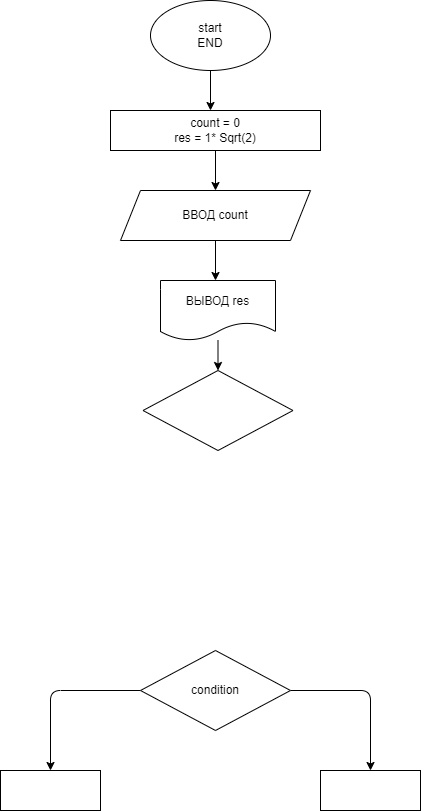
The draw.io diagram ex000.drawio.png in LeisanR/practice-16.07, before a commit. Source tidied: cells renumbered, new cells last; positions are measured from the earlier drawing's top-left corner, leaving out a move shared by most shapes. Source of this version:
```xml
<mxGraphModel>
  <root>
    <mxCell id="0" />
    <mxCell id="1" parent="0" />
    <mxCell id="2" style="edgeStyle=none;html=1;exitX=0.5;exitY=1;exitDx=0;exitDy=0;" parent="1" edge="1" source="3">
      <mxGeometry relative="1" as="geometry">
        <mxPoint x="210" y="110" as="targetPoint" />
      </mxGeometry>
    </mxCell>
    <mxCell id="3" value="start&lt;br&gt;END" style="ellipse;whiteSpace=wrap;html=1;" parent="1" vertex="1">
      <mxGeometry x="150" width="120" height="70" as="geometry" />
    </mxCell>
    <mxCell id="4" style="edgeStyle=none;html=1;" parent="1" edge="1" source="5">
      <mxGeometry relative="1" as="geometry">
        <mxPoint x="215" y="190" as="targetPoint" />
      </mxGeometry>
    </mxCell>
    <mxCell id="5" value="count = 0&lt;br&gt;res = 1* Sqrt(2)" style="whiteSpace=wrap;html=1;" parent="1" vertex="1">
      <mxGeometry x="110" y="110" width="210" height="40" as="geometry" />
    </mxCell>
    <mxCell id="6" style="edgeStyle=none;html=1;" parent="1" edge="1" source="7">
      <mxGeometry relative="1" as="geometry">
        <mxPoint x="215" y="280" as="targetPoint" />
      </mxGeometry>
    </mxCell>
    <mxCell id="7" value="ВВОД count" style="shape=parallelogram;perimeter=parallelogramPerimeter;whiteSpace=wrap;html=1;fixedSize=1;" parent="1" vertex="1">
      <mxGeometry x="120" y="190" width="190" height="50" as="geometry" />
    </mxCell>
    <mxCell id="8" style="edgeStyle=none;html=1;entryX=0.5;entryY=0;entryDx=0;entryDy=0;" parent="1" edge="1" source="9" target="10">
      <mxGeometry relative="1" as="geometry" />
    </mxCell>
    <mxCell id="9" value="ВЫВОД res" style="shape=document;whiteSpace=wrap;html=1;boundedLbl=1;" parent="1" vertex="1">
      <mxGeometry x="160" y="280" width="115" height="60" as="geometry" />
    </mxCell>
    <mxCell id="10" style="rhombus;whiteSpace=wrap;html=1;" parent="1" vertex="1">
      <mxGeometry x="142.5" y="370" width="150" height="80" as="geometry" />
    </mxCell>
    <mxCell id="11" style="edgeStyle=none;html=1;entryX=0.5;entryY=0;entryDx=0;entryDy=0;exitX=1;exitY=0.5;exitDx=0;exitDy=0;" parent="1" edge="1" source="13" target="14">
      <mxGeometry relative="1" as="geometry">
        <Array as="points">
          <mxPoint x="370" y="690" />
        </Array>
      </mxGeometry>
    </mxCell>
    <mxCell id="12" style="edgeStyle=none;html=1;entryX=0.5;entryY=0;entryDx=0;entryDy=0;exitX=0;exitY=0.5;exitDx=0;exitDy=0;" parent="1" edge="1" source="13" target="15">
      <mxGeometry relative="1" as="geometry">
        <Array as="points">
          <mxPoint x="50" y="690" />
        </Array>
      </mxGeometry>
    </mxCell>
    <mxCell id="13" value="condition" style="rhombus;whiteSpace=wrap;html=1;" parent="1" vertex="1">
      <mxGeometry x="140" y="650" width="150" height="80" as="geometry" />
    </mxCell>
    <mxCell id="14" style="whiteSpace=wrap;html=1;" parent="1" vertex="1">
      <mxGeometry x="320" y="770" width="100" height="40" as="geometry" />
    </mxCell>
    <mxCell id="15" style="whiteSpace=wrap;html=1;" parent="1" vertex="1">
      <mxGeometry y="770" width="100" height="40" as="geometry" />
    </mxCell>
  </root>
</mxGraphModel>
```
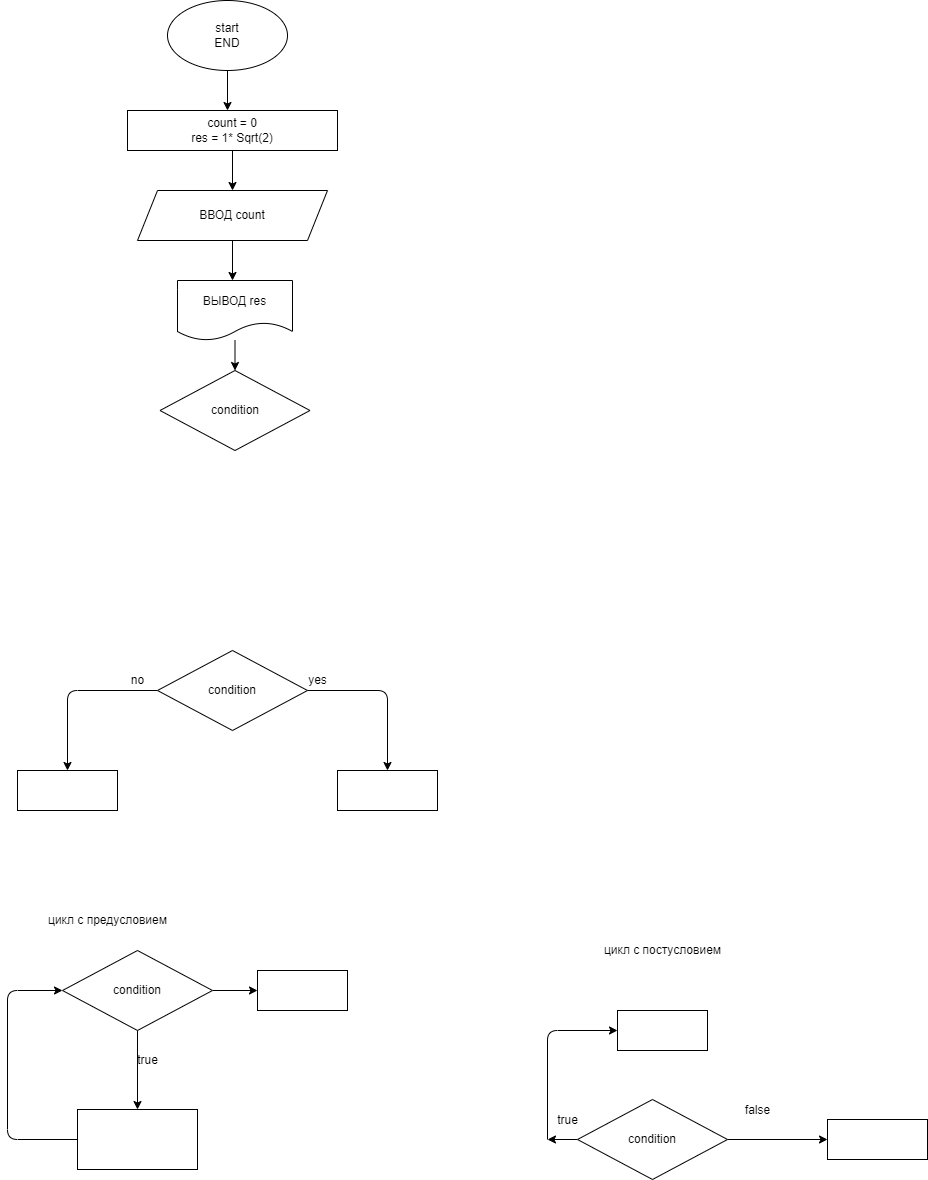
The same diagram one commit later.

What changed in the source:
```diff
@@ -32,7 +32,7 @@
     <mxCell id="9" value="ВЫВОД res" style="shape=document;whiteSpace=wrap;html=1;boundedLbl=1;" parent="1" vertex="1">
       <mxGeometry x="160" y="280" width="115" height="60" as="geometry" />
     </mxCell>
-    <mxCell id="10" style="rhombus;whiteSpace=wrap;html=1;" parent="1" vertex="1">
+    <mxCell id="10" value="&lt;span&gt;condition&lt;/span&gt;" style="rhombus;whiteSpace=wrap;html=1;" parent="1" vertex="1">
       <mxGeometry x="142.5" y="370" width="150" height="80" as="geometry" />
     </mxCell>
     <mxCell id="11" style="edgeStyle=none;html=1;entryX=0.5;entryY=0;entryDx=0;entryDy=0;exitX=1;exitY=0.5;exitDx=0;exitDy=0;" parent="1" edge="1" source="13" target="14">
@@ -58,5 +58,74 @@
     <mxCell id="15" style="whiteSpace=wrap;html=1;" parent="1" vertex="1">
       <mxGeometry y="770" width="100" height="40" as="geometry" />
     </mxCell>
+    <mxCell id="16" value="yes" style="text;html=1;align=center;verticalAlign=middle;strokeColor=none;fillColor=none;" parent="1" vertex="1">
+      <mxGeometry x="285" y="670" width="30" height="20" as="geometry" />
+    </mxCell>
+    <mxCell id="17" value="no" style="text;html=1;align=center;verticalAlign=middle;strokeColor=none;fillColor=none;" parent="1" vertex="1">
+      <mxGeometry x="105" y="670" width="30" height="20" as="geometry" />
+    </mxCell>
+    <mxCell id="18" style="edgeStyle=none;html=1;exitX=0.5;exitY=1;exitDx=0;exitDy=0;entryX=0.5;entryY=0;entryDx=0;entryDy=0;" parent="1" edge="1" source="20" target="24">
+      <mxGeometry relative="1" as="geometry" />
+    </mxCell>
+    <mxCell id="19" style="edgeStyle=none;html=1;exitX=1;exitY=0.5;exitDx=0;exitDy=0;entryX=0;entryY=0.5;entryDx=0;entryDy=0;" parent="1" edge="1" source="20" target="26">
+      <mxGeometry relative="1" as="geometry" />
+    </mxCell>
+    <mxCell id="20" value="condition" style="rhombus;whiteSpace=wrap;html=1;" parent="1" vertex="1">
+      <mxGeometry x="45" y="950" width="150" height="80" as="geometry" />
+    </mxCell>
+    <mxCell id="21" value="цикл с предусловием" style="text;html=1;align=center;verticalAlign=middle;strokeColor=none;fillColor=none;" parent="1" vertex="1">
+      <mxGeometry x="25" y="910" width="130" height="20" as="geometry" />
+    </mxCell>
+    <mxCell id="22" value="цикл с постусловием" style="text;html=1;align=center;verticalAlign=middle;strokeColor=none;fillColor=none;" parent="1" vertex="1">
+      <mxGeometry x="580" y="940" width="130" height="20" as="geometry" />
+    </mxCell>
+    <mxCell id="23" style="edgeStyle=none;html=1;exitX=0;exitY=0.5;exitDx=0;exitDy=0;entryX=0;entryY=0.5;entryDx=0;entryDy=0;" parent="1" edge="1" source="24" target="20">
+      <mxGeometry relative="1" as="geometry">
+        <Array as="points">
+          <mxPoint x="-10" y="1139" />
+          <mxPoint x="-10" y="990" />
+        </Array>
+      </mxGeometry>
+    </mxCell>
+    <mxCell id="24" style="whiteSpace=wrap;html=1;" parent="1" vertex="1">
+      <mxGeometry x="60" y="1109" width="120" height="60" as="geometry" />
+    </mxCell>
+    <mxCell id="25" value="true" style="text;html=1;align=center;verticalAlign=middle;strokeColor=none;fillColor=none;" parent="1" vertex="1">
+      <mxGeometry x="110" y="1050" width="40" height="20" as="geometry" />
+    </mxCell>
+    <mxCell id="26" style="whiteSpace=wrap;html=1;" parent="1" vertex="1">
+      <mxGeometry x="240" y="970" width="90" height="40" as="geometry" />
+    </mxCell>
+    <mxCell id="27" style="edgeStyle=none;html=1;exitX=1;exitY=0.5;exitDx=0;exitDy=0;entryX=0;entryY=0.5;entryDx=0;entryDy=0;" parent="1" edge="1" source="30" target="31">
+      <mxGeometry relative="1" as="geometry" />
+    </mxCell>
+    <mxCell id="28" style="edgeStyle=none;html=1;entryX=0;entryY=0.5;entryDx=0;entryDy=0;" parent="1" edge="1" target="33">
+      <mxGeometry relative="1" as="geometry">
+        <mxPoint x="530" y="1139" as="sourcePoint" />
+        <Array as="points">
+          <mxPoint x="530" y="1030" />
+        </Array>
+      </mxGeometry>
+    </mxCell>
+    <mxCell id="29" style="edgeStyle=none;html=1;exitX=0;exitY=0.5;exitDx=0;exitDy=0;" parent="1" edge="1" source="30">
+      <mxGeometry relative="1" as="geometry">
+        <mxPoint x="530" y="1139" as="targetPoint" />
+      </mxGeometry>
+    </mxCell>
+    <mxCell id="30" value="condition" style="rhombus;whiteSpace=wrap;html=1;" parent="1" vertex="1">
+      <mxGeometry x="560" y="1099" width="150" height="80" as="geometry" />
+    </mxCell>
+    <mxCell id="31" style="whiteSpace=wrap;html=1;" parent="1" vertex="1">
+      <mxGeometry x="810" y="1119" width="100" height="40" as="geometry" />
+    </mxCell>
+    <mxCell id="32" value="false" style="text;html=1;align=center;verticalAlign=middle;strokeColor=none;fillColor=none;" parent="1" vertex="1">
+      <mxGeometry x="720" y="1100" width="40" height="20" as="geometry" />
+    </mxCell>
+    <mxCell id="33" style="whiteSpace=wrap;html=1;" parent="1" vertex="1">
+      <mxGeometry x="600" y="1010" width="90" height="40" as="geometry" />
+    </mxCell>
+    <mxCell id="34" value="true" style="text;html=1;align=center;verticalAlign=middle;strokeColor=none;fillColor=none;" parent="1" vertex="1">
+      <mxGeometry x="530" y="1110" width="40" height="20" as="geometry" />
+    </mxCell>
   </root>
 </mxGraphModel>
```
